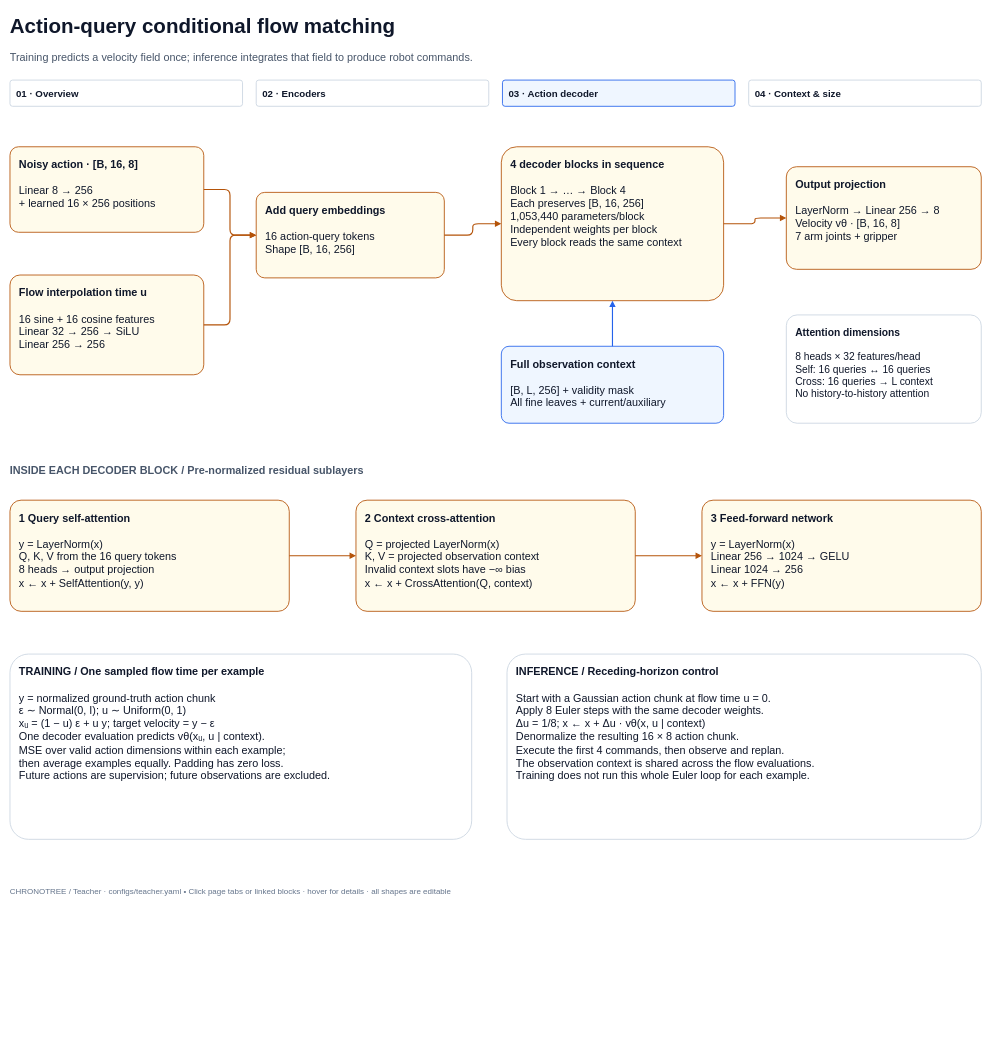
Before: page "03 · Action decoder" (3 of 4) of docs/diagrams/teacher_architecture.drawio in Ricvalp/chronotree, a draw.io diagram. Source tidied: cells renumbered, new cells numbered last; positions are measured from the earlier drawing's top-left corner, leaving out a move shared by most shapes. Both pictures are drawn from the tidied source at 57%, with x=0, y=0 at pixel (10, 10).
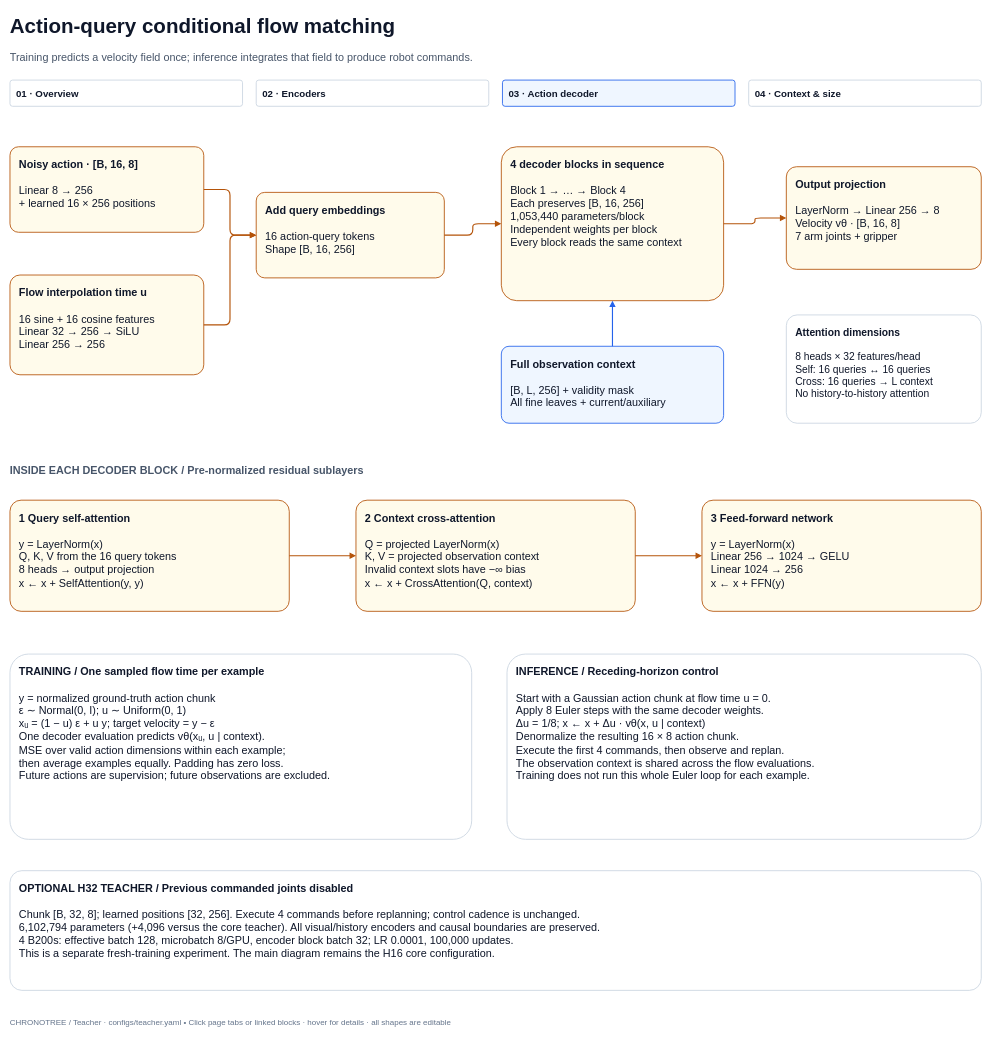
After the change.

What changed in the source:
```diff
@@
     <mxCell id="9" value="CHRONOTREE  /  Teacher · configs/teacher.yaml     •     Click page tabs or linked blocks · hover for details · all shapes are editable" style="text;html=1;align=left;verticalAlign=middle;whiteSpace=wrap;overflow=hidden;fontFamily=Arial;fontSize=14;fontColor=#64748B;fontStyle=0;spacing=0;" parent="1" vertex="1">
-      <mxGeometry y="1532" width="1690" height="30" as="geometry" />
+      <mxGeometry y="1762" width="1690" height="30" as="geometry" />
     </mxCell>
@@
+    <mxCell id="30" value="&lt;b&gt;OPTIONAL H32 TEACHER  /  Previous commanded joints disabled&lt;/b&gt;&lt;br&gt;&lt;br&gt;Chunk [B, 32, 8]; learned positions [32, 256]. Execute 4 commands before replanning; control cadence is unchanged.&lt;br&gt;6,102,794 parameters (+4,096 versus the core teacher). All visual/history encoders and causal boundaries are preserved.&lt;br&gt;4 B200s: effective batch 128, microbatch 8/GPU, encoder block batch 32; LR 0.0001, 100,000 updates.&lt;br&gt;This is a separate fresh-training experiment. The main diagram remains the H16 core configuration." style="rounded=1;arcSize=10;whiteSpace=wrap;html=1;fillColor=#FFFFFF;strokeColor=#CBD5E1;strokeWidth=1.5;align=left;verticalAlign=top;spacing=16;fontFamily=Arial;fontSize=19;fontColor=#0F172A;shadow=0;" parent="2" vertex="1">
+      <mxGeometry y="1510" width="1704" height="210" as="geometry" />
+    </mxCell>
```
